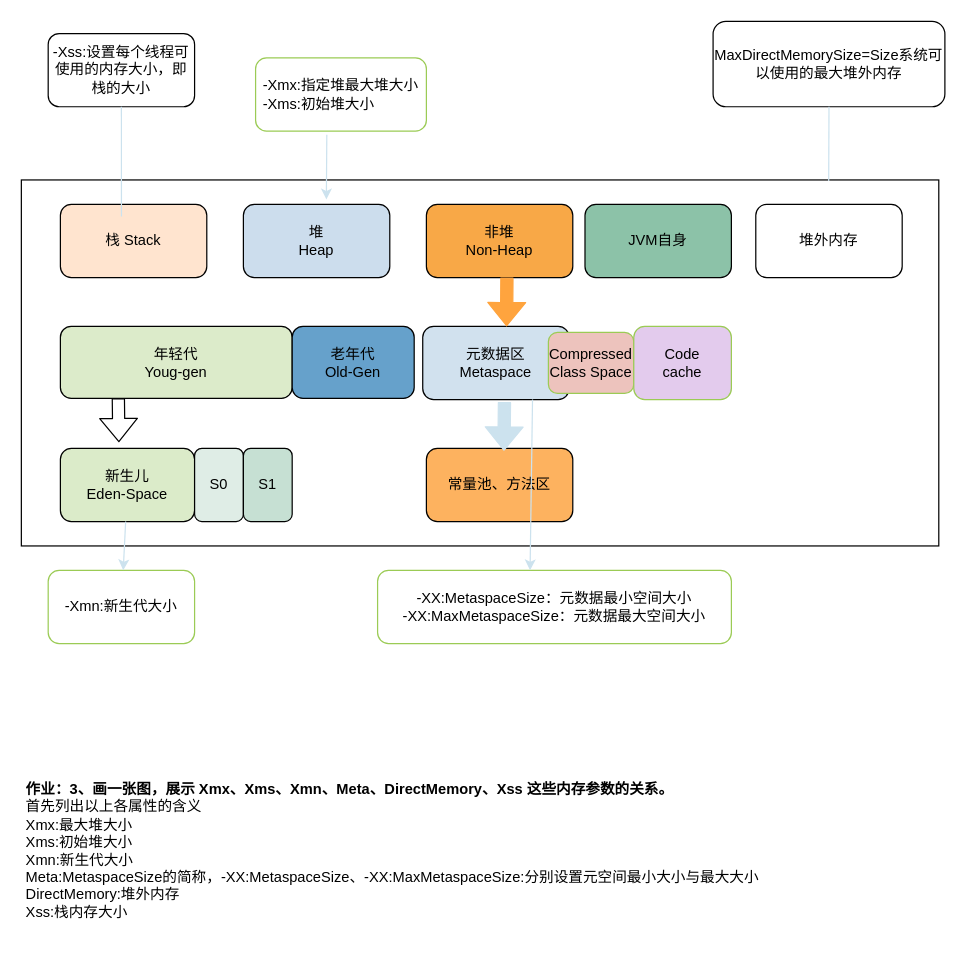
Above: Untitled Diagram.drawio in damingqicai/JAVA-000 (draw.io), before the change. Source tidied: cells renumbered, new cells numbered last; positions are measured from the earlier drawing's top-left corner, leaving out a move shared by most shapes. Both pictures are drawn from the tidied source at 122%, with x=0, y=0 at pixel (21, 21).
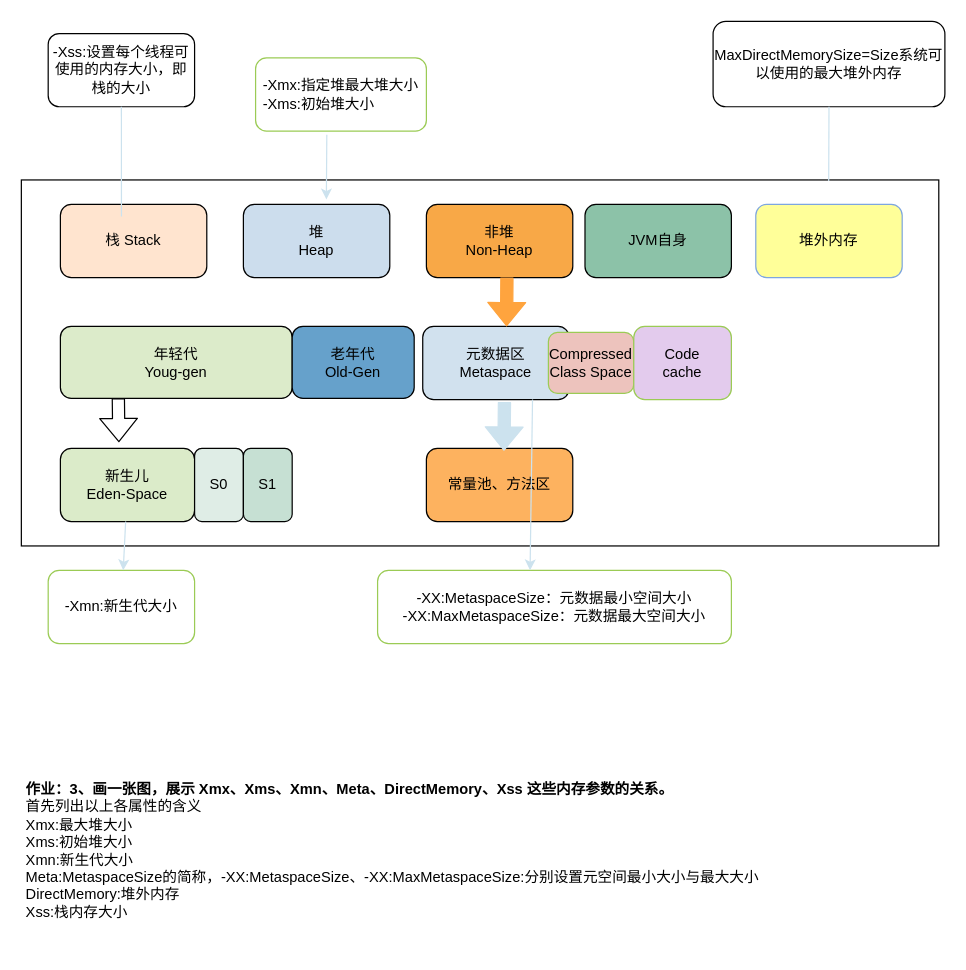
After the change.

Change to the diagram source:
```diff
@@
-    <mxCell id="28" value="堆外内存" style="rounded=1;whiteSpace=wrap;html=1;strokeColor=#000000;fillColor=#FFFFFF;" parent="1" vertex="1">
+    <mxCell id="28" value="堆外内存" style="rounded=1;whiteSpace=wrap;html=1;strokeColor=#7EA6E0;fillColor=#FFFF99;" parent="1" vertex="1">
       <mxGeometry x="602" y="150" width="120" height="60" as="geometry" />
     </mxCell>
```
